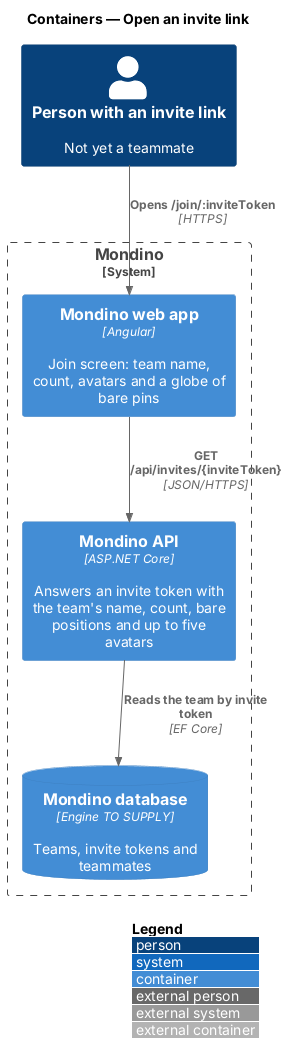
QuinntyneBrown/Mondino keeps this PlantUML diagram as docs/detailed-designs/joining/open-invite-link/diagrams/c4-container.png. Above is the earlier version.
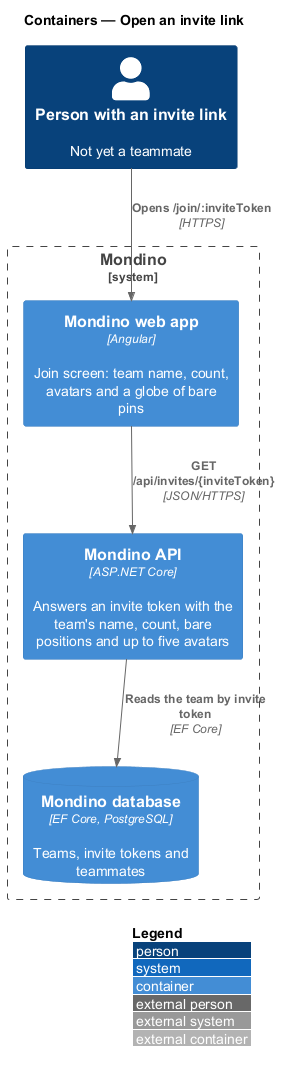
Above is the later version.

Diff of the diagram source:
```diff
@@ -7,7 +7,7 @@
 System_Boundary(mondino, "Mondino") {
   Container(web, "Mondino web app", "Angular", "Join screen: team name, count, avatars and a globe of bare pins")
   Container(api, "Mondino API", "ASP.NET Core", "Answers an invite token with the team's name, count, bare positions and up to five avatars")
-  ContainerDb(db, "Mondino database", "Engine TO SUPPLY", "Teams, invite tokens and teammates")
+  ContainerDb(db, "Mondino database", "EF Core, PostgreSQL", "Teams, invite tokens and teammates")
 }
 Rel(person, web, "Opens /join/:inviteToken", "HTTPS")
 Rel(web, api, "GET /api/invites/{inviteToken}", "JSON/HTTPS")
```
